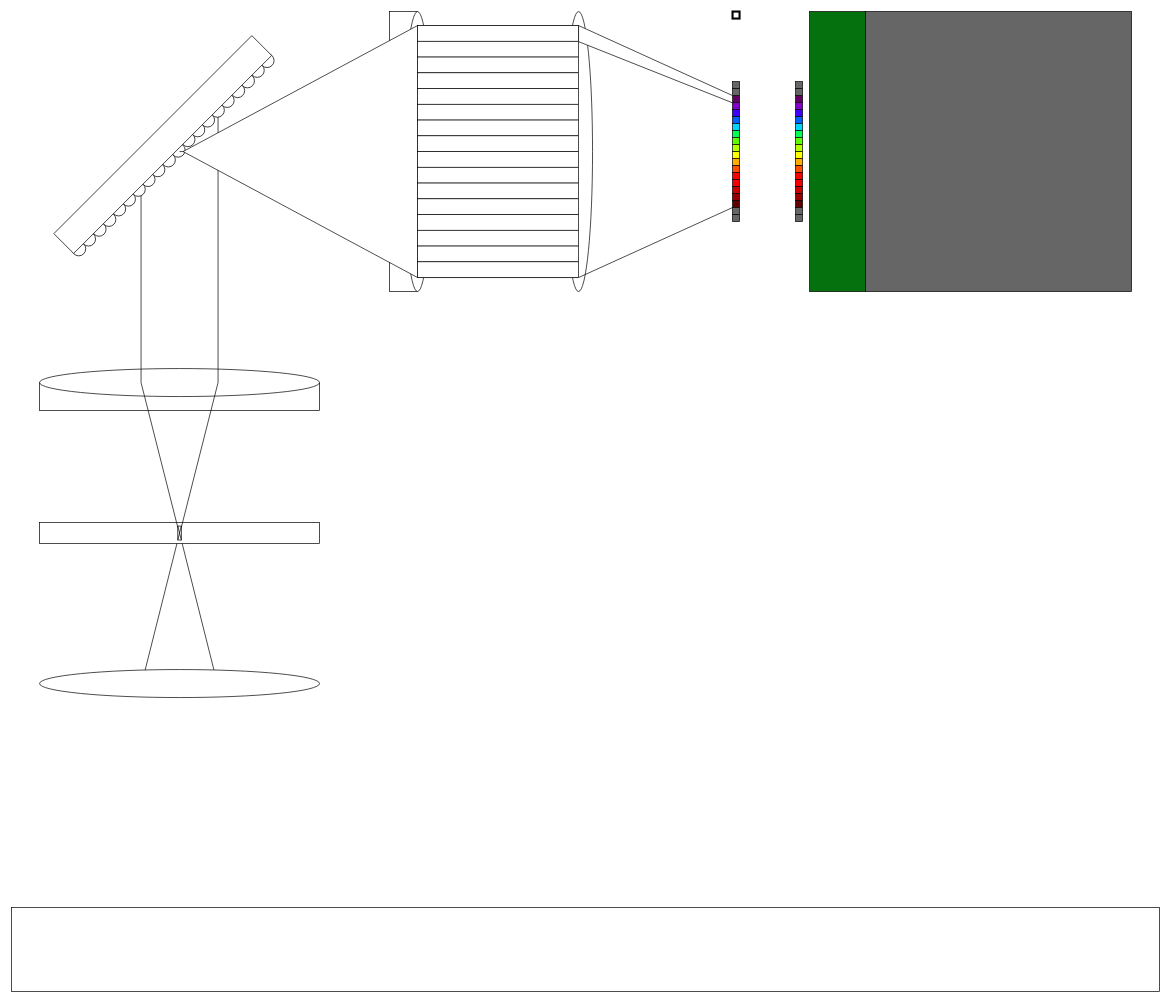
Before: sushiBlockDiagram.drawio in snider-lab-msu/figures, a draw.io diagram. Source tidied: cells renumbered, new cells numbered last; positions are measured from the earlier drawing's top-left corner, leaving out a move shared by most shapes. Both pictures are drawn from the tidied source at 70%, with x=0, y=0 at pixel (11, 11).
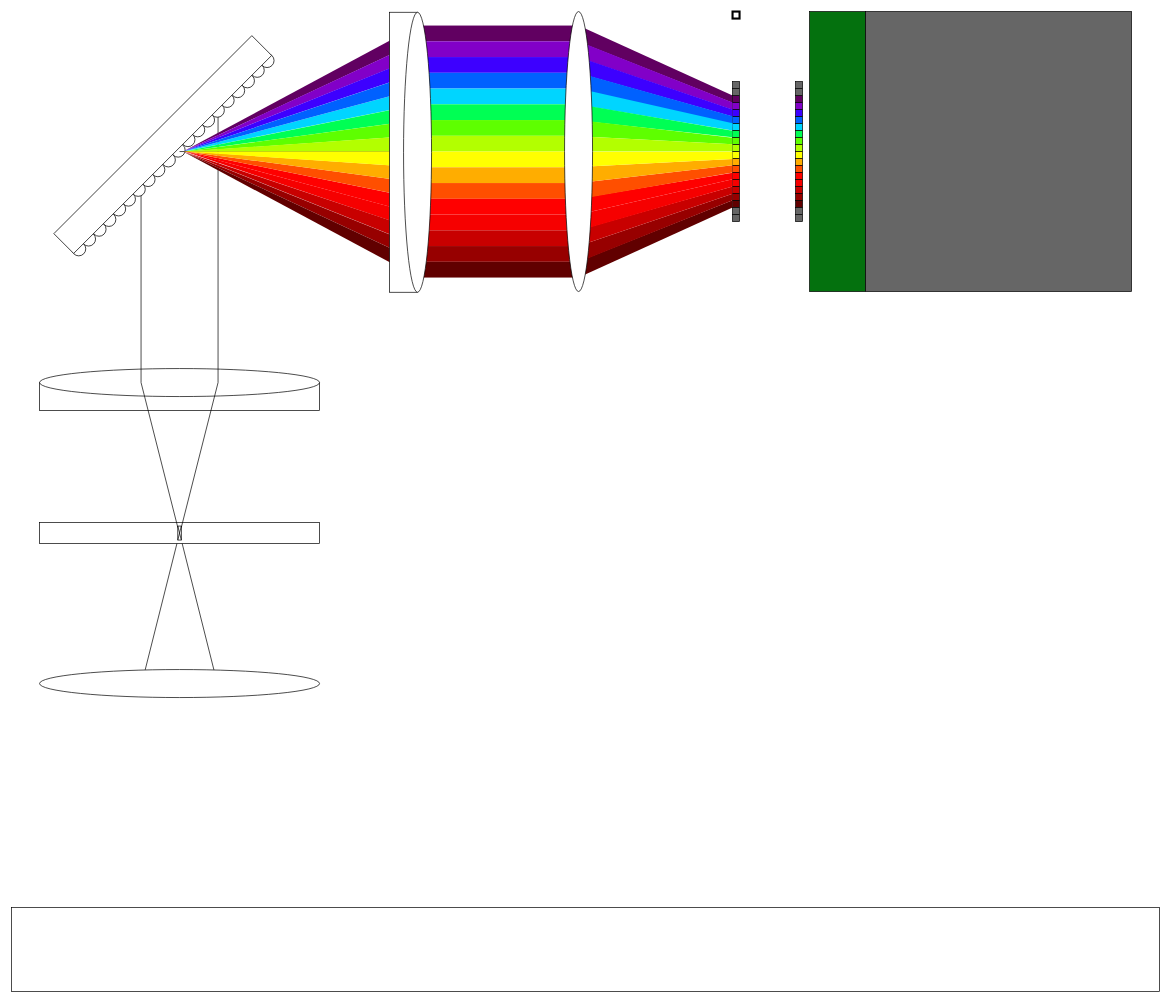
The same page after the edit.

Commit message:
added expansion, collimation, and focusing

The change refers to these unchanged cells:
```xml
<mxCell id="52" style="whiteSpace=wrap;html=1;fillColor=#666666;strokeColor=default;" parent="1" vertex="1">
  <mxGeometry x="1030" y="280" width="10" height="10" as="geometry" />
</mxCell>
```

What changed in the source:
```diff
@@
-    <mxCell id="2" style="group;rotation=90;fillColor=none;" parent="1" vertex="1">
-      <mxGeometry x="370" y="170" width="400" height="60" as="geometry" />
-    </mxCell>
-    <mxCell id="3" style="rounded=0;whiteSpace=wrap;html=1;rotation=90;" parent="2" vertex="1">
-      <mxGeometry x="-10" y="10" width="400" height="40" as="geometry" />
-    </mxCell>
-    <mxCell id="4" style="ellipse;whiteSpace=wrap;html=1;rotation=90;" parent="2" vertex="1">
-      <mxGeometry x="10" y="10" width="400" height="40" as="geometry" />
-    </mxCell>
+    <mxCell id="107" style="verticalLabelPosition=bottom;verticalAlign=top;html=1;shape=mxgraph.basic.polygon;polyCoords=[[0,0],[0,0],[1,0.87],[1,0.87],[1,0.96],[1,0.96],[0,0.2],[0,0.2]];polyline=0;fillColor=#610061;strokeColor=none;" parent="1" vertex="1">
+      <mxGeometry x="810" y="20" width="220" height="115" as="geometry" />
+    </mxCell>
+    <mxCell id="15" style="whiteSpace=wrap;html=1;fillColor=#610061;strokeColor=default;" parent="1" vertex="1">
+      <mxGeometry x="1030" y="120" width="10" height="10" as="geometry" />
+    </mxCell>
@@
-    <mxCell id="15" style="whiteSpace=wrap;html=1;fillColor=#610061;strokeColor=default;" parent="1" vertex="1">
-      <mxGeometry x="1030" y="120" width="10" height="10" as="geometry" />
-    </mxCell>
@@
-    <mxCell id="86" style="ellipse;whiteSpace=wrap;html=1;rotation=90;" parent="1" vertex="1">
-      <mxGeometry x="610" y="180" width="400" height="40" as="geometry" />
-    </mxCell>
-    <mxCell id="87" style="endArrow=none;html=1;rounded=0;" parent="1" edge="1">
+    <mxCell id="87" style="endArrow=none;html=1;rounded=0;strokeColor=none;" parent="1" edge="1">
       <mxGeometry relative="1" as="geometry">
         <mxPoint x="580" y="20" as="sourcePoint" />
         <mxPoint x="810" y="20" as="targetPoint" />
       </mxGeometry>
     </mxCell>
-    <mxCell id="88" style="triangle;whiteSpace=wrap;html=1;rotation=-180;" parent="1" vertex="1">
-      <mxGeometry x="245" y="20" width="335" height="360" as="geometry" />
-    </mxCell>
-    <mxCell id="89" style="endArrow=none;html=1;rounded=0;exitX=0;exitY=0;exitDx=0;exitDy=0;exitPerimeter=0;" parent="1" edge="1" source="88">
+    <mxCell id="89" style="endArrow=none;html=1;rounded=0;exitX=0;exitY=0;exitDx=0;exitDy=0;exitPerimeter=0;strokeColor=none;" parent="1" edge="1">
       <mxGeometry relative="1" as="geometry">
+        <mxPoint x="580" y="380" as="sourcePoint" />
         <mxPoint x="810" y="380" as="targetPoint" />
       </mxGeometry>
     </mxCell>
-    <mxCell id="90" style="endArrow=none;html=1;rounded=0;entryX=0;entryY=0;entryDx=0;entryDy=0;" parent="1" edge="1" target="52">
+    <mxCell id="90" style="endArrow=none;html=1;rounded=0;entryX=0;entryY=0;entryDx=0;entryDy=0;strokeColor=none;" parent="1" edge="1" target="52">
       <mxGeometry relative="1" as="geometry">
         <mxPoint x="810" y="380" as="sourcePoint" />
       </mxGeometry>
     </mxCell>
-    <mxCell id="91" style="rounded=0;whiteSpace=wrap;html=1;" parent="1" vertex="1">
+    <mxCell id="91" style="rounded=0;whiteSpace=wrap;html=1;fillColor=#610061;strokeColor=none;" parent="1" vertex="1">
       <mxGeometry x="580" y="20" width="230" height="22.5" as="geometry" />
     </mxCell>
-    <mxCell id="92" style="rounded=0;whiteSpace=wrap;html=1;" parent="1" vertex="1">
+    <mxCell id="92" style="rounded=0;whiteSpace=wrap;html=1;fillColor=#8200C8;strokeColor=none;" parent="1" vertex="1">
       <mxGeometry x="580" y="42.5" width="230" height="22.5" as="geometry" />
     </mxCell>
-    <mxCell id="93" style="rounded=0;whiteSpace=wrap;html=1;" parent="1" vertex="1">
+    <mxCell id="93" style="rounded=0;whiteSpace=wrap;html=1;fillColor=#3D00FF;strokeColor=none;" parent="1" vertex="1">
       <mxGeometry x="580" y="65" width="230" height="22.5" as="geometry" />
     </mxCell>
-    <mxCell id="94" style="rounded=0;whiteSpace=wrap;html=1;" parent="1" vertex="1">
+    <mxCell id="94" style="rounded=0;whiteSpace=wrap;html=1;fillColor=#0061FF;strokeColor=none;" parent="1" vertex="1">
       <mxGeometry x="580" y="87.5" width="230" height="22.5" as="geometry" />
     </mxCell>
-    <mxCell id="95" style="rounded=0;whiteSpace=wrap;html=1;" parent="1" vertex="1">
+    <mxCell id="95" style="rounded=0;whiteSpace=wrap;html=1;fillColor=#00D5FF;strokeColor=none;" parent="1" vertex="1">
       <mxGeometry x="580" y="110" width="230" height="22.5" as="geometry" />
     </mxCell>
-    <mxCell id="96" style="rounded=0;whiteSpace=wrap;html=1;" parent="1" vertex="1">
+    <mxCell id="96" style="rounded=0;whiteSpace=wrap;html=1;fillColor=#00FF54;strokeColor=none;" parent="1" vertex="1">
       <mxGeometry x="580" y="132.5" width="230" height="22.5" as="geometry" />
     </mxCell>
-    <mxCell id="97" style="rounded=0;whiteSpace=wrap;html=1;" parent="1" vertex="1">
+    <mxCell id="97" style="rounded=0;whiteSpace=wrap;html=1;fillColor=#5EFF00;strokeColor=none;" parent="1" vertex="1">
       <mxGeometry x="580" y="155" width="230" height="22.5" as="geometry" />
     </mxCell>
-    <mxCell id="98" style="rounded=0;whiteSpace=wrap;html=1;" parent="1" vertex="1">
+    <mxCell id="98" style="rounded=0;whiteSpace=wrap;html=1;fillColor=#B3FF00;strokeColor=none;" parent="1" vertex="1">
       <mxGeometry x="580" y="177.5" width="230" height="22.5" as="geometry" />
     </mxCell>
-    <mxCell id="99" style="rounded=0;whiteSpace=wrap;html=1;" parent="1" vertex="1">
+    <mxCell id="99" style="rounded=0;whiteSpace=wrap;html=1;fillColor=#FFFF00;strokeColor=none;" parent="1" vertex="1">
       <mxGeometry x="580" y="200" width="230" height="22.5" as="geometry" />
     </mxCell>
-    <mxCell id="100" style="rounded=0;whiteSpace=wrap;html=1;" parent="1" vertex="1">
+    <mxCell id="100" style="rounded=0;whiteSpace=wrap;html=1;fillColor=#FFAD00;strokeColor=none;" parent="1" vertex="1">
       <mxGeometry x="580" y="222.5" width="230" height="22.5" as="geometry" />
     </mxCell>
-    <mxCell id="101" style="rounded=0;whiteSpace=wrap;html=1;" parent="1" vertex="1">
+    <mxCell id="101" style="rounded=0;whiteSpace=wrap;html=1;fillColor=#FF4F00;strokeColor=none;" parent="1" vertex="1">
       <mxGeometry x="580" y="245" width="230" height="22.5" as="geometry" />
     </mxCell>
-    <mxCell id="102" style="rounded=0;whiteSpace=wrap;html=1;" parent="1" vertex="1">
+    <mxCell id="102" style="rounded=0;whiteSpace=wrap;html=1;fillColor=#FF0000;strokeColor=none;" parent="1" vertex="1">
       <mxGeometry x="580" y="267.5" width="230" height="22.5" as="geometry" />
     </mxCell>
-    <mxCell id="103" style="rounded=0;whiteSpace=wrap;html=1;" parent="1" vertex="1">
+    <mxCell id="103" style="rounded=0;whiteSpace=wrap;html=1;fillColor=#F60000;strokeColor=none;" parent="1" vertex="1">
       <mxGeometry x="580" y="290" width="230" height="22.5" as="geometry" />
     </mxCell>
-    <mxCell id="104" style="rounded=0;whiteSpace=wrap;html=1;" parent="1" vertex="1">
+    <mxCell id="104" style="rounded=0;whiteSpace=wrap;html=1;fillColor=#C80000;strokeColor=none;" parent="1" vertex="1">
       <mxGeometry x="580" y="312.5" width="230" height="22.5" as="geometry" />
     </mxCell>
-    <mxCell id="105" style="rounded=0;whiteSpace=wrap;html=1;" parent="1" vertex="1">
+    <mxCell id="105" style="rounded=0;whiteSpace=wrap;html=1;fillColor=#970000;strokeColor=none;" parent="1" vertex="1">
       <mxGeometry x="580" y="335" width="230" height="22.5" as="geometry" />
     </mxCell>
-    <mxCell id="106" style="rounded=0;whiteSpace=wrap;html=1;" parent="1" vertex="1">
+    <mxCell id="106" style="rounded=0;whiteSpace=wrap;html=1;fillColor=#610000;strokeColor=none;" parent="1" vertex="1">
       <mxGeometry x="580" y="357.5" width="230" height="22.5" as="geometry" />
     </mxCell>
-    <mxCell id="107" style="verticalLabelPosition=bottom;verticalAlign=top;html=1;shape=mxgraph.basic.polygon;polyCoords=[[0,0],[0,0],[1,0.87],[1,0.87],[1,0.96],[1,0.96],[0,0.2],[0,0.2]];polyline=0;" parent="1" vertex="1">
-      <mxGeometry x="810" y="20" width="220" height="115" as="geometry" />
-    </mxCell>
+    <mxCell id="108" style="verticalLabelPosition=bottom;verticalAlign=top;html=1;shape=mxgraph.basic.polygon;polyCoords=[[0,0],[0,0],[1,0.76],[1,0.78],[1,0.81],[1,0.85],[0,0.2],[0,0.2]];polyline=0;fillColor=#8200C8;strokeColor=none;" parent="1" vertex="1">
+      <mxGeometry x="810" y="42.5" width="220" height="115" as="geometry" />
+    </mxCell>
+    <mxCell id="109" style="verticalLabelPosition=bottom;verticalAlign=top;html=1;shape=mxgraph.basic.polygon;polyCoords=[[0,0],[0,0],[1,0.65],[1,0.71],[1,0.73],[1,0.74],[0,0.2],[0,0.2]];polyline=0;fillColor=#3D00FF;strokeColor=none;" parent="1" vertex="1">
+      <mxGeometry x="810" y="65" width="220" height="115" as="geometry" />
+    </mxCell>
+    <mxCell id="110" style="verticalLabelPosition=bottom;verticalAlign=top;html=1;shape=mxgraph.basic.polygon;polyCoords=[[0,0],[0,0],[1,0.54],[1,0.64],[1,0.66],[1,0.67],[0,0.2],[0,0.2]];polyline=0;fillColor=#0061FF;strokeColor=none;" parent="1" vertex="1">
+      <mxGeometry x="810" y="87.5" width="220" height="115" as="geometry" />
+    </mxCell>
+    <mxCell id="111" style="verticalLabelPosition=bottom;verticalAlign=top;html=1;shape=mxgraph.basic.polygon;polyCoords=[[0,0],[0,0],[0,0],[0,0],[1,0.43],[1,0.52],[0,0.2],[0,0.2]];polyline=0;fillColor=#00D5FF;strokeColor=none;" parent="1" vertex="1">
+      <mxGeometry x="810" y="110" width="220" height="115" as="geometry" />
+    </mxCell>
+    <mxCell id="112" style="verticalLabelPosition=bottom;verticalAlign=top;html=1;shape=mxgraph.basic.polygon;polyCoords=[[0,0],[0,0],[0,0],[0,0],[1,0.33],[1,0.41],[0,0.2],[0,0.2]];polyline=0;fillColor=#00FF54;strokeColor=none;" parent="1" vertex="1">
+      <mxGeometry x="810" y="132.5" width="220" height="115" as="geometry" />
+    </mxCell>
+    <mxCell id="113" style="verticalLabelPosition=bottom;verticalAlign=top;html=1;shape=mxgraph.basic.polygon;polyCoords=[[0,0],[0,0],[0,0],[0,0],[1,0.22],[1,0.3],[0,0.2],[0,0.19]];polyline=0;fillColor=#5EFF00;strokeColor=none;" parent="1" vertex="1">
+      <mxGeometry x="810" y="155" width="220" height="115" as="geometry" />
+    </mxCell>
+    <mxCell id="114" style="verticalLabelPosition=bottom;verticalAlign=top;html=1;shape=mxgraph.basic.polygon;polyCoords=[[0,0],[0,0],[0,0],[0,0],[1,0.1],[1,0.19],[0,0.19],[0,0.19]];polyline=0;fillColor=#B3FF00;strokeColor=none;" parent="1" vertex="1">
+      <mxGeometry x="810" y="178" width="220" height="115" as="geometry" />
+    </mxCell>
+    <mxCell id="115" style="verticalLabelPosition=bottom;verticalAlign=top;html=1;shape=mxgraph.basic.polygon;polyCoords=[[0,0],[0,0],[1,0.87],[1,0.87],[1,0.96],[1,0.96],[0,0.2],[0,0.2]];polyline=0;flipV=0;flipH=1;direction=east;rotation=-180;fillColor=#610000;strokeColor=none;" parent="1" vertex="1">
+      <mxGeometry x="810" y="265" width="220" height="115" as="geometry" />
+    </mxCell>
+    <mxCell id="116" style="verticalLabelPosition=bottom;verticalAlign=top;html=1;shape=mxgraph.basic.polygon;polyCoords=[[0,0],[0,0],[1,0.77],[1,0.78],[1,0.81],[1,0.85],[0,0.2],[0,0.2]];polyline=0;flipV=0;flipH=1;direction=east;rotation=-180;fillColor=#970000;strokeColor=none;" parent="1" vertex="1">
+      <mxGeometry x="810" y="243" width="220" height="115" as="geometry" />
+    </mxCell>
+    <mxCell id="117" style="verticalLabelPosition=bottom;verticalAlign=top;html=1;shape=mxgraph.basic.polygon;polyCoords=[[0,0],[0,0],[1,0.65],[1,0.71],[1,0.73],[1,0.74],[0,0.2],[0,0.2]];polyline=0;flipV=0;flipH=1;direction=east;rotation=-180;fillColor=#C80000;strokeColor=none;" parent="1" vertex="1">
+      <mxGeometry x="810" y="220" width="220" height="115" as="geometry" />
+    </mxCell>
+    <mxCell id="118" style="verticalLabelPosition=bottom;verticalAlign=top;html=1;shape=mxgraph.basic.polygon;polyCoords=[[0,0],[0,0],[1,0.55],[1,0.63],[1,0.63],[1,0.64],[0,0.2],[0,0.2]];polyline=0;flipV=0;flipH=1;direction=east;rotation=-180;fillColor=#F60000;strokeColor=none;" parent="1" vertex="1">
+      <mxGeometry x="810" y="198" width="220" height="115" as="geometry" />
+    </mxCell>
+    <mxCell id="119" style="verticalLabelPosition=bottom;verticalAlign=top;html=1;shape=mxgraph.basic.polygon;polyCoords=[[0,0],[0,0],[0,0],[0,0],[1,0.44],[1,0.52],[0,0.2],[0,0.2]];polyline=0;flipV=0;flipH=1;direction=east;rotation=-180;fillColor=#FF0000;strokeColor=none;" parent="1" vertex="1">
+      <mxGeometry x="810" y="175" width="220" height="115" as="geometry" />
+    </mxCell>
+    <mxCell id="120" style="verticalLabelPosition=bottom;verticalAlign=top;html=1;shape=mxgraph.basic.polygon;polyCoords=[[0,0],[0,0],[0,0],[0,0],[1,0.33],[1,0.42],[0,0.2],[0,0.2]];polyline=0;flipV=0;flipH=1;direction=east;rotation=-180;fillColor=#FF4F00;strokeColor=none;" parent="1" vertex="1">
+      <mxGeometry x="810" y="153" width="220" height="115" as="geometry" />
+    </mxCell>
+    <mxCell id="121" style="verticalLabelPosition=bottom;verticalAlign=top;html=1;shape=mxgraph.basic.polygon;polyCoords=[[0,0],[0,0],[0,0],[0,0],[1,0.22],[1,0.3],[0,0.2],[0,0.19]];polyline=0;flipV=0;flipH=1;direction=east;rotation=-180;fillColor=#FFAD00;strokeColor=none;" parent="1" vertex="1">
+      <mxGeometry x="810" y="130" width="220" height="115" as="geometry" />
+    </mxCell>
+    <mxCell id="122" style="verticalLabelPosition=bottom;verticalAlign=top;html=1;shape=mxgraph.basic.polygon;polyCoords=[[0,0],[0,0],[0,0],[0,0],[1,0.1],[1,0.19],[0,0.19],[0,0.19]];polyline=0;flipV=0;flipH=1;direction=east;rotation=-180;fillColor=#FFFF00;strokeColor=none;" parent="1" vertex="1">
+      <mxGeometry x="810" y="107" width="220" height="115" as="geometry" />
+    </mxCell>
+    <mxCell id="123" style="verticalLabelPosition=bottom;verticalAlign=top;html=1;shape=mxgraph.basic.obtuse_triangle;dx=0.87;flipV=1;flipH=1;rotation=90;strokeColor=none;fillColor=#610061;" parent="1" vertex="1">
+      <mxGeometry x="322.8" y="-58.3" width="180.6" height="336.1" as="geometry" />
+    </mxCell>
+    <mxCell id="124" style="verticalLabelPosition=bottom;verticalAlign=top;html=1;shape=mxgraph.basic.obtuse_triangle;dx=0.86;flipV=1;flipH=1;rotation=90;fillColor=#8200C8;strokeColor=none;" parent="1" vertex="1">
+      <mxGeometry x="334.5" y="-46.6" width="157.1" height="335.9" as="geometry" />
+    </mxCell>
+    <mxCell id="125" style="verticalLabelPosition=bottom;verticalAlign=top;html=1;shape=mxgraph.basic.obtuse_triangle;dx=0.75;flipV=1;flipH=1;rotation=90;fillColor=#00D5FF;strokeColor=none;" parent="1" vertex="1">
+      <mxGeometry x="368.3" y="-13.3" width="90.1" height="336.4" as="geometry" />
+    </mxCell>
+    <mxCell id="126" style="verticalLabelPosition=bottom;verticalAlign=top;html=1;shape=mxgraph.basic.obtuse_triangle;dx=0.67;flipV=1;flipH=1;rotation=90;fillColor=#00FF54;strokeColor=none;" parent="1" vertex="1">
+      <mxGeometry x="379.8" y="-2.4" width="67.9" height="337.3" as="geometry" />
+    </mxCell>
+    <mxCell id="127" style="verticalLabelPosition=bottom;verticalAlign=top;html=1;shape=mxgraph.basic.obtuse_triangle;dx=0.51;flipV=1;flipH=1;rotation=90;fillColor=#5EFF00;strokeColor=none;" parent="1" vertex="1">
+      <mxGeometry x="390.5" y="10.2" width="45.3" height="335" as="geometry" />
+    </mxCell>
+    <mxCell id="128" style="verticalLabelPosition=bottom;verticalAlign=top;html=1;shape=mxgraph.basic.obtuse_triangle;dx=0;flipV=1;flipH=1;rotation=90;fillColor=#B3FF00;strokeColor=none;" parent="1" vertex="1">
+      <mxGeometry x="401.6" y="21.3" width="22.7" height="334.4" as="geometry" />
+    </mxCell>
+    <mxCell id="129" style="verticalLabelPosition=bottom;verticalAlign=top;html=1;shape=mxgraph.basic.obtuse_triangle;dx=0.83;flipV=1;flipH=1;rotation=90;fillColor=#3D00FF;strokeColor=none;" parent="1" vertex="1">
+      <mxGeometry x="345.1" y="-35" width="135" height="335" as="geometry" />
+    </mxCell>
+    <mxCell id="130" style="verticalLabelPosition=bottom;verticalAlign=top;html=1;shape=mxgraph.basic.obtuse_triangle;dx=0.8;flipV=1;flipH=1;rotation=90;fillColor=#0061FF;strokeColor=none;" parent="1" vertex="1">
+      <mxGeometry x="357" y="-24.5" width="112.6" height="336.4" as="geometry" />
+    </mxCell>
+    <mxCell id="131" style="verticalLabelPosition=bottom;verticalAlign=top;html=1;shape=mxgraph.basic.obtuse_triangle;dx=0.8;flipV=1;flipH=0;rotation=90;fillColor=#F60000;strokeColor=none;" parent="1" vertex="1">
+      <mxGeometry x="356.5" y="87.5" width="113" height="336" as="geometry" />
+    </mxCell>
+    <mxCell id="132" style="verticalLabelPosition=bottom;verticalAlign=top;html=1;shape=mxgraph.basic.obtuse_triangle;dx=0.75;flipV=1;flipH=0;rotation=90;fillColor=#FF0000;strokeColor=none;" parent="1" vertex="1">
+      <mxGeometry x="368.5" y="77.5" width="90" height="333.9" as="geometry" />
+    </mxCell>
+    <mxCell id="133" style="verticalLabelPosition=bottom;verticalAlign=top;html=1;shape=mxgraph.basic.obtuse_triangle;dx=0.67;flipV=1;flipH=0;rotation=90;fillColor=#FF4F00;strokeColor=none;" parent="1" vertex="1">
+      <mxGeometry x="379.2" y="65.5" width="67.9" height="335.4" as="geometry" />
+    </mxCell>
+    <mxCell id="134" style="verticalLabelPosition=bottom;verticalAlign=top;html=1;shape=mxgraph.basic.obtuse_triangle;dx=0.51;flipV=1;flipH=0;rotation=90;fillColor=#FFAD00;strokeColor=none;" parent="1" vertex="1">
+      <mxGeometry x="390.6" y="54.5" width="45.3" height="335" as="geometry" />
+    </mxCell>
+    <mxCell id="135" style="verticalLabelPosition=bottom;verticalAlign=top;html=1;shape=mxgraph.basic.obtuse_triangle;dx=0;flipV=1;flipH=0;rotation=90;fillColor=#FFFF00;strokeColor=none;" parent="1" vertex="1">
+      <mxGeometry x="401.5" y="44.1" width="22.7" height="334.2" as="geometry" />
+    </mxCell>
+    <mxCell id="136" style="verticalLabelPosition=bottom;verticalAlign=top;html=1;shape=mxgraph.basic.obtuse_triangle;dx=0.83;flipV=1;flipH=0;rotation=90;fillColor=#C80000;strokeColor=none;" parent="1" vertex="1">
+      <mxGeometry x="346.8" y="100" width="134.9" height="335.3" as="geometry" />
+    </mxCell>
+    <mxCell id="137" style="verticalLabelPosition=bottom;verticalAlign=top;html=1;shape=mxgraph.basic.obtuse_triangle;dx=0.86;flipV=1;flipH=0;rotation=90;fillColor=#970000;strokeColor=none;" parent="1" vertex="1">
+      <mxGeometry x="335.1" y="110" width="157.1" height="337.1" as="geometry" />
+    </mxCell>
+    <mxCell id="138" style="verticalLabelPosition=bottom;verticalAlign=top;html=1;shape=mxgraph.basic.obtuse_triangle;dx=0.87;flipV=1;flipH=0;rotation=90;strokeColor=none;fillColor=#610000;" parent="1" vertex="1">
+      <mxGeometry x="323" y="122" width="180" height="336" as="geometry" />
+    </mxCell>
+    <mxCell id="139" style="group;opacity=20;glass=1;" parent="1" vertex="1">
+      <mxGeometry x="540" y="1" width="60" height="400" as="geometry" />
+    </mxCell>
+    <mxCell id="3" style="rounded=0;whiteSpace=wrap;html=1;rotation=90;" parent="139" vertex="1">
+      <mxGeometry x="-180" y="180" width="400" height="40" as="geometry" />
+    </mxCell>
+    <mxCell id="4" style="ellipse;whiteSpace=wrap;html=1;rotation=90;" parent="139" vertex="1">
+      <mxGeometry x="-160" y="180" width="400" height="40" as="geometry" />
+    </mxCell>
+    <mxCell id="86" style="ellipse;whiteSpace=wrap;html=1;rotation=90;shadow=0;" parent="1" vertex="1">
+      <mxGeometry x="610" y="180" width="400" height="40" as="geometry" />
+    </mxCell>
```
